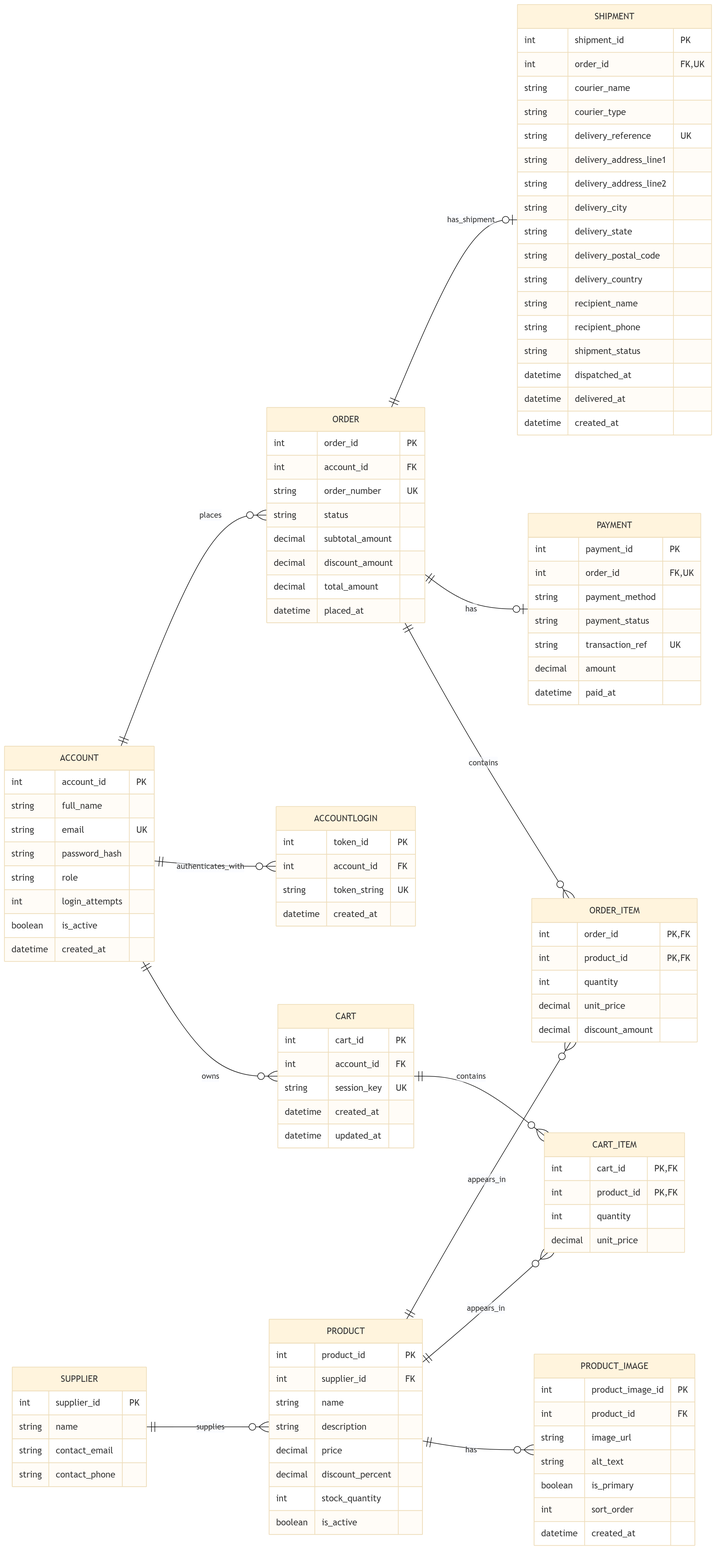
BacaChwayita/educartion keeps this Mermaid diagram as data/ERD.png. Above is the earlier version. Its source is kept beside it as data/ERD.mmd. The source it was exported from:
```mermaid
erDiagram
	direction LR

	ACCOUNT ||--o{ CART : owns
	ACCOUNT ||--o{ ACCOUNTLOGIN : authenticates_with
	ACCOUNT ||--o{ "ORDER" : places
	SUPPLIER ||--o{ PRODUCT : supplies
	PRODUCT ||--o{ PRODUCT_IMAGE : has
	CART ||--o{ CART_ITEM : contains
	PRODUCT ||--o{ CART_ITEM : appears_in
	"ORDER" ||--o{ ORDER_ITEM : contains
	PRODUCT ||--o{ ORDER_ITEM : appears_in
	"ORDER" ||--o| PAYMENT : has
	"ORDER" ||--o| SHIPMENT : has_shipment

	ACCOUNT {
		int account_id PK
		string full_name
		string email UK
		string password_hash
		string role
		int login_attempts
		boolean is_active
		datetime created_at
	}

	ACCOUNTLOGIN {
		int token_id PK
		int account_id FK
		string token_string UK
		datetime created_at
	}

	SUPPLIER {
		int supplier_id PK
		string name
		string contact_email
		string contact_phone
	}

	PRODUCT {
		int product_id PK
		int supplier_id FK
		string name
		string description
		decimal price
		decimal discount_percent
		int stock_quantity
		boolean is_active
	}

	PRODUCT_IMAGE {
		int product_image_id PK
		int product_id FK
		string image_url
		string alt_text
		boolean is_primary
		int sort_order
		datetime created_at
	}

	CART {
		int cart_id PK
		int account_id FK
		string session_key UK
		datetime created_at
		datetime updated_at
	}

	CART_ITEM {
		int cart_id PK, FK
		int product_id PK, FK
		int quantity
		decimal unit_price
	}

	"ORDER" {
		int order_id PK
		int account_id FK
		string order_number UK
		string status
		decimal subtotal_amount
		decimal discount_amount
		decimal total_amount
		datetime placed_at
	}

	ORDER_ITEM {
		int order_id PK, FK
		int product_id PK, FK
		int quantity
		decimal unit_price
		decimal discount_amount
	}

	PAYMENT {
		int payment_id PK
		int order_id FK, UK
		string payment_method
		string payment_status
		string transaction_ref UK
		decimal amount
		datetime paid_at
	}

	SHIPMENT {
		int shipment_id PK
		int order_id FK, UK
		string courier_name
		string courier_type
		string delivery_reference UK
		string delivery_address_line1
		string delivery_address_line2
		string delivery_city
		string delivery_state
		string delivery_postal_code
		string delivery_country
		string recipient_name
		string recipient_phone
		string shipment_status
		datetime dispatched_at
		datetime delivered_at
		datetime created_at
	}
```
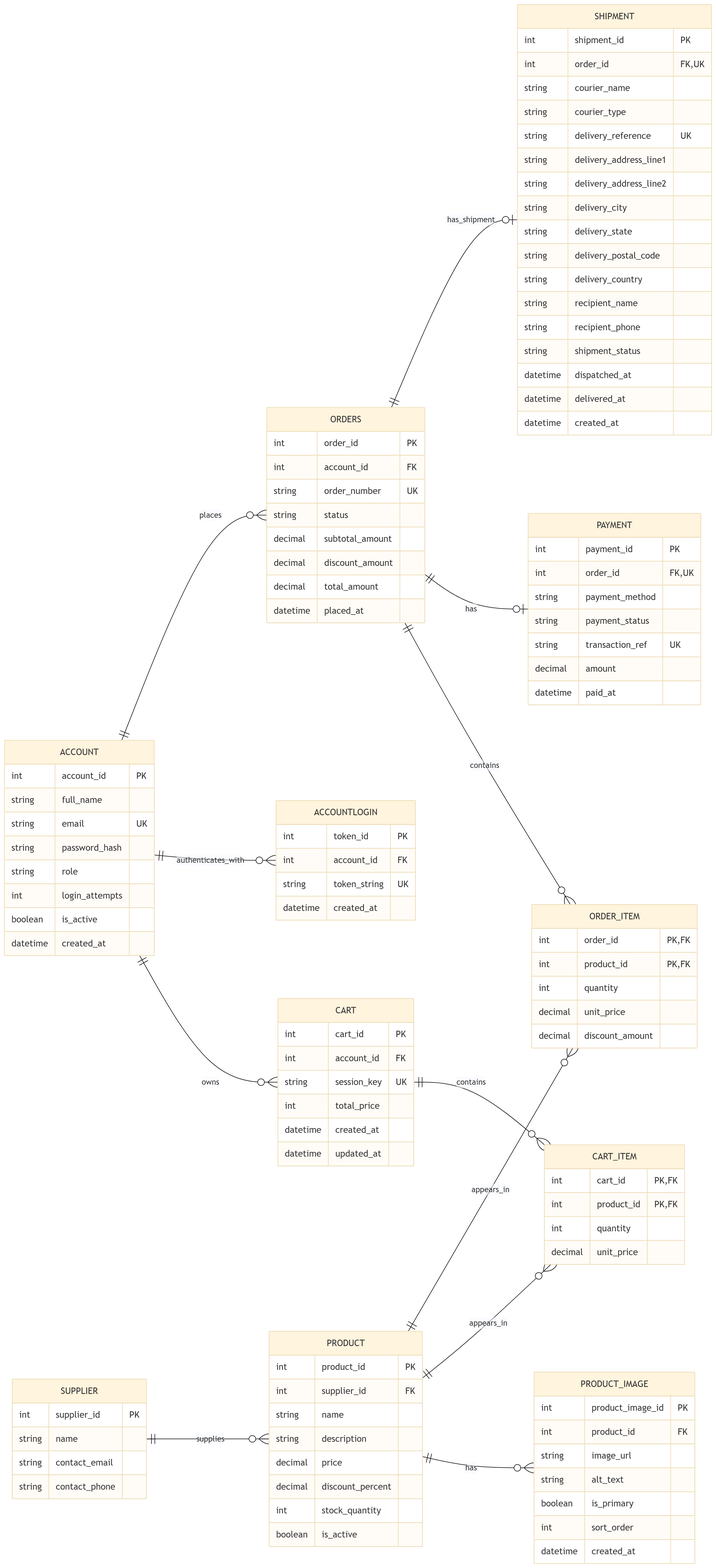
Above is the later version.

Diff of the diagram source:
```diff
@@ -3,15 +3,15 @@
 
 	ACCOUNT ||--o{ CART : owns
 	ACCOUNT ||--o{ ACCOUNTLOGIN : authenticates_with
-	ACCOUNT ||--o{ "ORDER" : places
+	ACCOUNT ||--o{ ORDERS : places
 	SUPPLIER ||--o{ PRODUCT : supplies
 	PRODUCT ||--o{ PRODUCT_IMAGE : has
 	CART ||--o{ CART_ITEM : contains
 	PRODUCT ||--o{ CART_ITEM : appears_in
-	"ORDER" ||--o{ ORDER_ITEM : contains
+	ORDERS ||--o{ ORDER_ITEM : contains
 	PRODUCT ||--o{ ORDER_ITEM : appears_in
-	"ORDER" ||--o| PAYMENT : has
-	"ORDER" ||--o| SHIPMENT : has_shipment
+	ORDERS ||--o| PAYMENT : has
+	ORDERS ||--o| SHIPMENT : has_shipment
 
 	ACCOUNT {
 		int account_id PK
@@ -63,6 +63,7 @@
 		int cart_id PK
 		int account_id FK
 		string session_key UK
+		int total_price
 		datetime created_at
 		datetime updated_at
 	}
@@ -74,7 +75,7 @@
 		decimal unit_price
 	}
 
-	"ORDER" {
+	ORDERS {
 		int order_id PK
 		int account_id FK
 		string order_number UK
```
